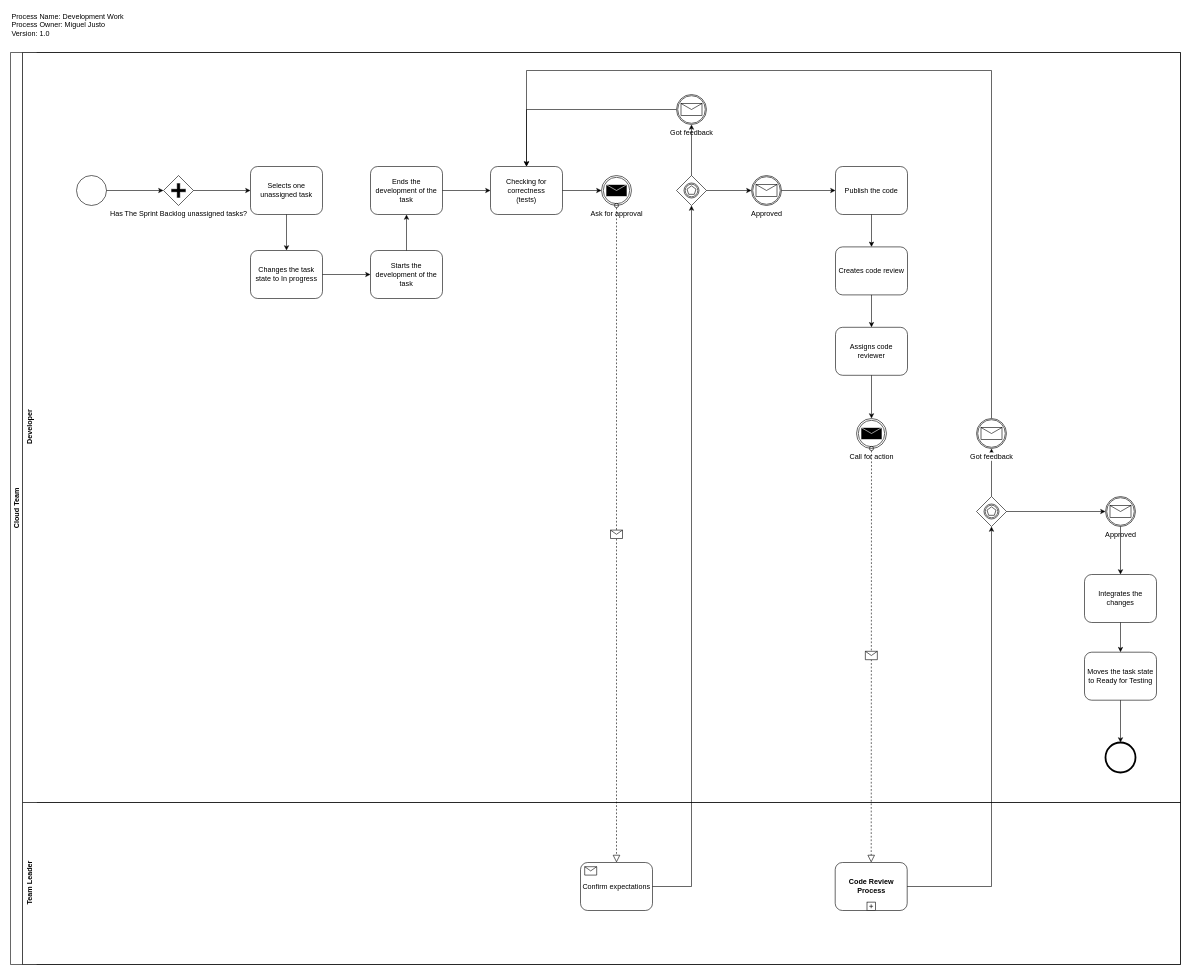
This is combiq/DevelopmentWorkBPMN.drawio from m1guel/diagrams, a draw.io file, before an edit. Source tidied: cells renumbered, new cells numbered last; positions are measured from the earlier drawing's top-left corner, leaving out a move shared by most shapes. Both pictures are drawn from the tidied source at 60%, with x=0, y=0 at pixel (10, 10).
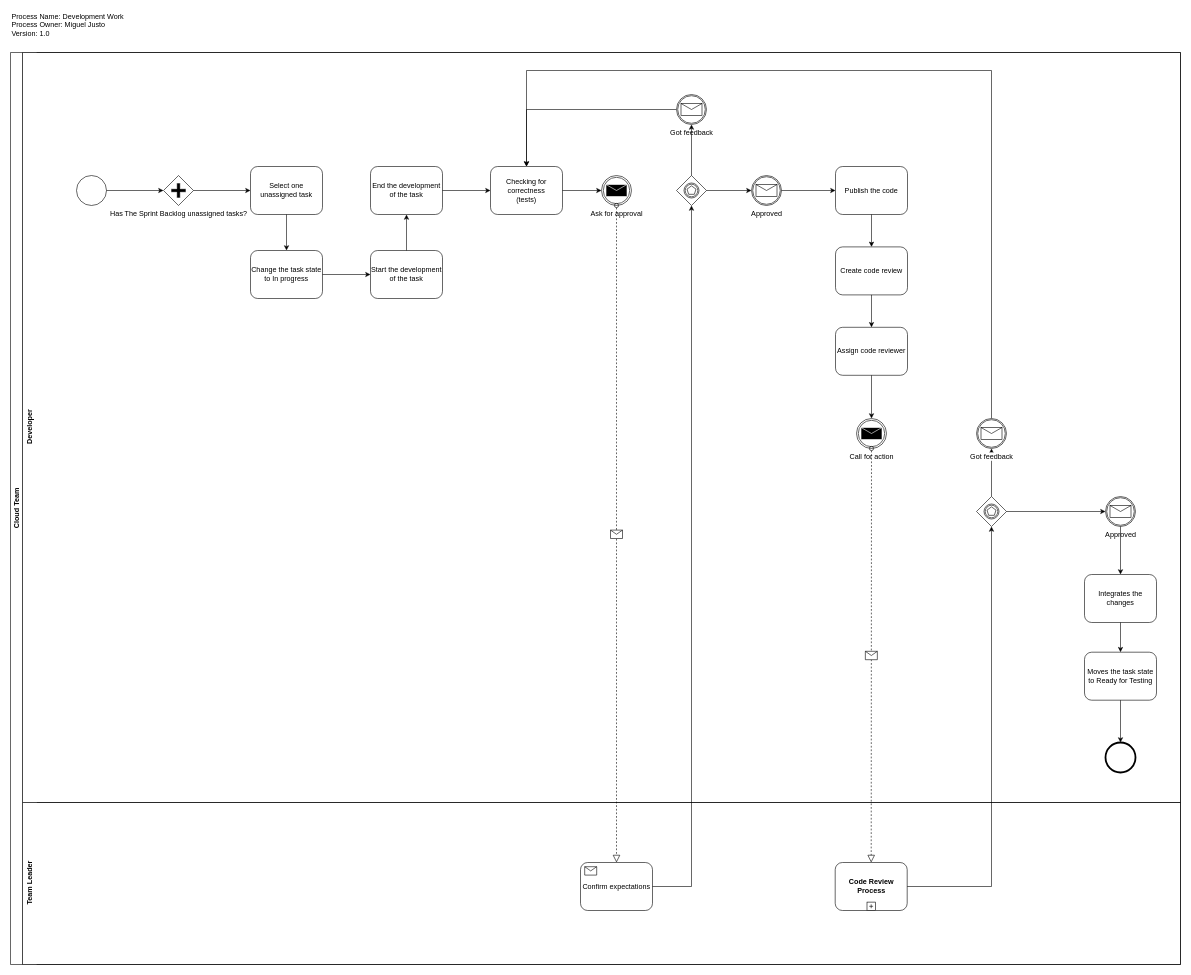
The same page after the edit.

Unchanged cells that the change refers to:
```xml
<mxCell id="3" value="Developer" style="swimlane;html=1;horizontal=0;swimlaneLine=0;" parent="2" vertex="1">
  <mxGeometry x="20" width="1930" height="1250" as="geometry" />
</mxCell>
```

Change to the diagram source:
```diff
@@
-    <mxCell id="7" value="Selects one unassigned task" style="shape=ext;rounded=1;html=1;whiteSpace=wrap;" parent="3" vertex="1">
+    <mxCell id="7" value="Select one unassigned task" style="shape=ext;rounded=1;html=1;whiteSpace=wrap;" parent="3" vertex="1">
       <mxGeometry x="380" y="190" width="120" height="80" as="geometry" />
     </mxCell>
@@
-    <mxCell id="9" value="Changes the task state to In progress" style="shape=ext;rounded=1;html=1;whiteSpace=wrap;" parent="3" vertex="1">
+    <mxCell id="9" value="Change the task state to In progress" style="shape=ext;rounded=1;html=1;whiteSpace=wrap;" parent="3" vertex="1">
       <mxGeometry x="380" y="330" width="120" height="80" as="geometry" />
     </mxCell>
@@
-    <mxCell id="11" value="Starts the development of the task" style="shape=ext;rounded=1;html=1;whiteSpace=wrap;" parent="3" vertex="1">
+    <mxCell id="11" value="Start the development of the task" style="shape=ext;rounded=1;html=1;whiteSpace=wrap;" parent="3" vertex="1">
       <mxGeometry x="580" y="330" width="120" height="80" as="geometry" />
     </mxCell>
@@
-    <mxCell id="13" value="Ends the development of the task" style="shape=ext;rounded=1;html=1;whiteSpace=wrap;" parent="3" vertex="1">
+    <mxCell id="13" value="End the development of the task" style="shape=ext;rounded=1;html=1;whiteSpace=wrap;" parent="3" vertex="1">
       <mxGeometry x="580" y="190" width="120" height="80" as="geometry" />
     </mxCell>
@@
-    <mxCell id="24" value="Creates code review" style="shape=ext;rounded=1;html=1;whiteSpace=wrap;" parent="3" vertex="1">
+    <mxCell id="24" value="Create&amp;nbsp;code review" style="shape=ext;rounded=1;html=1;whiteSpace=wrap;" parent="3" vertex="1">
       <mxGeometry x="1355" y="324" width="120" height="80" as="geometry" />
     </mxCell>
@@
-    <mxCell id="26" value="Assigns code reviewer" style="shape=ext;rounded=1;html=1;whiteSpace=wrap;" parent="3" vertex="1">
+    <mxCell id="26" value="Assign code reviewer" style="shape=ext;rounded=1;html=1;whiteSpace=wrap;" parent="3" vertex="1">
       <mxGeometry x="1355" y="458" width="120" height="80" as="geometry" />
     </mxCell>
```
